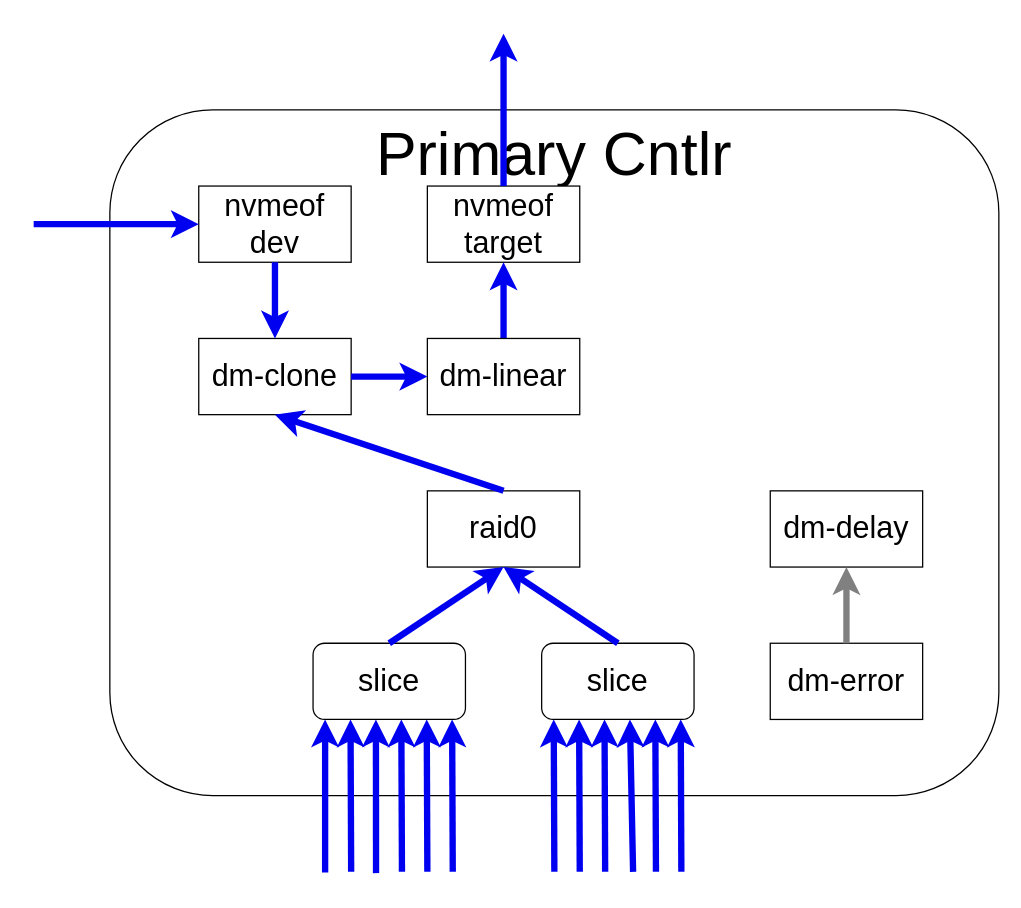
distributed-nvme/distributed-nvme keeps this draw.io diagram as imgs/090Clone.drawio. Above is the earlier version. Source tidied: cells renumbered, new cells numbered last; positions are measured from the earlier drawing's top-left corner, leaving out a move shared by most shapes. Both pictures are drawn from the tidied source at 127%, with x=0, y=0 at pixel (33, 33).
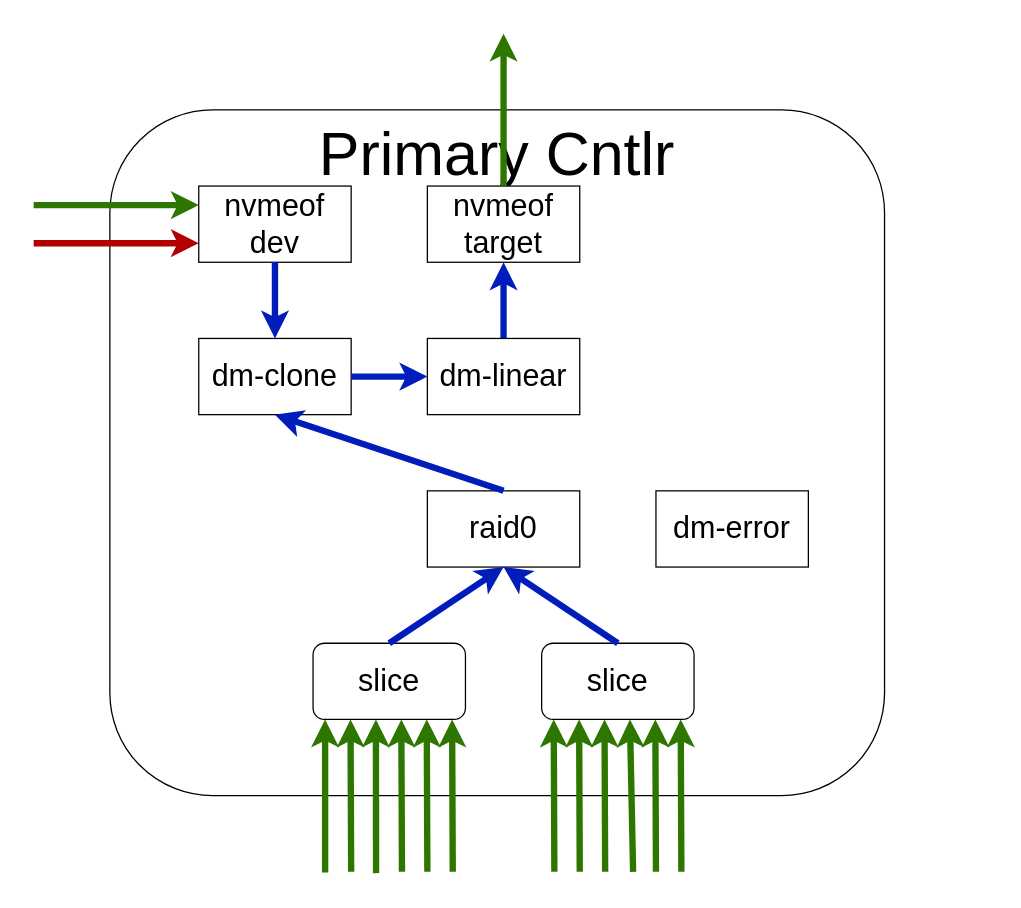
Above is the later version.

The change refers to these unchanged cells:
```xml
<mxCell id="3" value="&lt;div&gt;&lt;span style=&quot;font-size: 24px;&quot;&gt;slice&lt;/span&gt;&lt;/div&gt;" style="rounded=1;whiteSpace=wrap;html=1;" parent="1" vertex="1">
  <mxGeometry x="400" y="480" width="120" height="60" as="geometry" />
</mxCell>
<mxCell id="4" value="&lt;div&gt;&lt;span style=&quot;font-size: 24px;&quot;&gt;slice&lt;/span&gt;&lt;/div&gt;" style="rounded=1;whiteSpace=wrap;html=1;" parent="1" vertex="1">
  <mxGeometry x="220" y="480" width="120" height="60" as="geometry" />
</mxCell>
<mxCell id="5" value="&lt;span style=&quot;font-size: 24px;&quot;&gt;raid0&lt;/span&gt;" style="rounded=0;whiteSpace=wrap;html=1;" parent="1" vertex="1">
  <mxGeometry x="310" y="360" width="120" height="60" as="geometry" />
</mxCell>
<mxCell id="6" value="&lt;span style=&quot;font-size: 24px;&quot;&gt;nvmeof&lt;/span&gt;&lt;div&gt;&lt;span style=&quot;font-size: 24px;&quot;&gt;target&lt;/span&gt;&lt;/div&gt;" style="rounded=0;whiteSpace=wrap;html=1;" parent="1" vertex="1">
  <mxGeometry x="310" y="120" width="120" height="60" as="geometry" />
</mxCell>
<mxCell id="25" value="&lt;span style=&quot;font-size: 24px;&quot;&gt;dm-linear&lt;/span&gt;" style="rounded=0;whiteSpace=wrap;html=1;" parent="1" vertex="1">
  <mxGeometry x="310" y="240" width="120" height="60" as="geometry" />
</mxCell>
<mxCell id="27" value="&lt;span style=&quot;font-size: 24px;&quot;&gt;nvmeof&lt;/span&gt;&lt;div&gt;&lt;span style=&quot;font-size: 24px;&quot;&gt;dev&lt;/span&gt;&lt;/div&gt;" style="rounded=0;whiteSpace=wrap;html=1;" parent="1" vertex="1">
  <mxGeometry x="130" y="120" width="120" height="60" as="geometry" />
</mxCell>
<mxCell id="28" value="&lt;span style=&quot;font-size: 24px;&quot;&gt;dm-clone&lt;/span&gt;" style="rounded=0;whiteSpace=wrap;html=1;" parent="1" vertex="1">
  <mxGeometry x="130" y="240" width="120" height="60" as="geometry" />
</mxCell>
```

What changed in the source:
```diff
@@
     <mxCell id="2" value="&lt;span style=&quot;font-size: 48px;&quot;&gt;Primary Cntlr&lt;/span&gt;" style="rounded=1;whiteSpace=wrap;html=1;verticalAlign=top;" parent="1" vertex="1">
-      <mxGeometry x="60" y="60" width="700" height="540" as="geometry" />
+      <mxGeometry x="60" y="60" width="610" height="540" as="geometry" />
     </mxCell>
@@
-    <mxCell id="7" value="&lt;span style=&quot;font-size: 24px;&quot;&gt;dm-delay&lt;/span&gt;" style="rounded=0;whiteSpace=wrap;html=1;" parent="1" vertex="1">
-      <mxGeometry x="580" y="360" width="120" height="60" as="geometry" />
+    <mxCell id="7" value="&lt;span style=&quot;font-size: 24px;&quot;&gt;dm-error&lt;/span&gt;" style="rounded=0;whiteSpace=wrap;html=1;" parent="1" vertex="1">
+      <mxGeometry x="490" y="360" width="120" height="60" as="geometry" />
     </mxCell>
-    <mxCell id="8" value="&lt;span style=&quot;font-size: 24px;&quot;&gt;dm-error&lt;/span&gt;" style="rounded=0;whiteSpace=wrap;html=1;" parent="1" vertex="1">
-      <mxGeometry x="580" y="480" width="120" height="60" as="geometry" />
-    </mxCell>
-    <mxCell id="9" style="endArrow=classic;html=1;rounded=0;strokeWidth=5;strokeColor=#0000f0;exitX=0.5;exitY=0;exitDx=0;exitDy=0;entryX=0.5;entryY=1;entryDx=0;entryDy=0;" parent="1" edge="1" source="4" target="5">
+    <mxCell id="9" style="endArrow=classic;html=1;rounded=0;strokeWidth=5;strokeColor=#001DBC;exitX=0.5;exitY=0;exitDx=0;exitDy=0;entryX=0.5;entryY=1;entryDx=0;entryDy=0;fillColor=#0050ef;" parent="1" edge="1" source="4" target="5">
       <mxGeometry relative="1" as="geometry" />
     </mxCell>
-    <mxCell id="10" style="endArrow=classic;html=1;rounded=0;strokeWidth=5;strokeColor=#0000f0;exitX=0.5;exitY=0;exitDx=0;exitDy=0;entryX=0.5;entryY=1;entryDx=0;entryDy=0;" parent="1" edge="1" source="3" target="5">
+    <mxCell id="10" style="endArrow=classic;html=1;rounded=0;strokeWidth=5;strokeColor=#001DBC;exitX=0.5;exitY=0;exitDx=0;exitDy=0;entryX=0.5;entryY=1;entryDx=0;entryDy=0;fillColor=#0050ef;" parent="1" edge="1" source="3" target="5">
       <mxGeometry relative="1" as="geometry" />
     </mxCell>
-    <mxCell id="11" style="endArrow=classic;html=1;rounded=0;strokeWidth=5;strokeColor=#0000f0;exitX=0.5;exitY=0;exitDx=0;exitDy=0;entryX=0.5;entryY=1;entryDx=0;entryDy=0;" parent="1" edge="1" source="25" target="6">
+    <mxCell id="11" style="endArrow=classic;html=1;rounded=0;strokeWidth=5;strokeColor=#001DBC;exitX=0.5;exitY=0;exitDx=0;exitDy=0;entryX=0.5;entryY=1;entryDx=0;entryDy=0;fillColor=#0050ef;" parent="1" edge="1" source="25" target="6">
       <mxGeometry relative="1" as="geometry" />
     </mxCell>
-    <mxCell id="12" style="endArrow=classic;html=1;rounded=0;strokeWidth=5;strokeColor=#808080;exitX=0.5;exitY=0;exitDx=0;exitDy=0;entryX=0.5;entryY=1;entryDx=0;entryDy=0;" parent="1" edge="1" source="8" target="7">
-      <mxGeometry relative="1" as="geometry" />
-    </mxCell>
-    <mxCell id="13" style="endArrow=classic;html=1;rounded=0;strokeWidth=5;strokeColor=#0000f0;entryX=0.25;entryY=1;entryDx=0;entryDy=0;exitX=0.25;exitY=1;exitDx=0;exitDy=0;" parent="1" edge="1">
+    <mxCell id="13" style="endArrow=classic;html=1;rounded=0;strokeWidth=5;strokeColor=#2D7600;entryX=0.25;entryY=1;entryDx=0;entryDy=0;exitX=0.25;exitY=1;exitDx=0;exitDy=0;fillColor=#60a917;" parent="1" edge="1">
       <mxGeometry relative="1" as="geometry">
         <mxPoint x="250" y="660" as="sourcePoint" />
         <mxPoint x="249.5" y="540" as="targetPoint" />
       </mxGeometry>
     </mxCell>
-    <mxCell id="14" style="endArrow=classic;html=1;rounded=0;strokeWidth=5;strokeColor=#0000f0;entryX=0.25;entryY=1;entryDx=0;entryDy=0;exitX=0.413;exitY=1.017;exitDx=0;exitDy=0;exitPerimeter=0;" parent="1" edge="1">
+    <mxCell id="14" style="endArrow=classic;html=1;rounded=0;strokeWidth=5;strokeColor=#2D7600;entryX=0.25;entryY=1;entryDx=0;entryDy=0;exitX=0.413;exitY=1.017;exitDx=0;exitDy=0;exitPerimeter=0;fillColor=#60a917;" parent="1" edge="1">
       <mxGeometry relative="1" as="geometry">
         <mxPoint x="269.6" y="661" as="sourcePoint" />
         <mxPoint x="269.5" y="540" as="targetPoint" />
       </mxGeometry>
     </mxCell>
-    <mxCell id="15" style="endArrow=classic;html=1;rounded=0;strokeWidth=5;strokeColor=#0000f0;entryX=0.25;entryY=1;entryDx=0;entryDy=0;" parent="1" edge="1">
+    <mxCell id="15" style="endArrow=classic;html=1;rounded=0;strokeWidth=5;strokeColor=#2D7600;entryX=0.25;entryY=1;entryDx=0;entryDy=0;fillColor=#60a917;" parent="1" edge="1">
       <mxGeometry relative="1" as="geometry">
         <mxPoint x="290" y="660" as="sourcePoint" />
         <mxPoint x="289.5" y="540" as="targetPoint" />
       </mxGeometry>
     </mxCell>
-    <mxCell id="16" style="endArrow=classic;html=1;rounded=0;strokeWidth=5;strokeColor=#0000f0;entryX=0.25;entryY=1;entryDx=0;entryDy=0;exitX=0.75;exitY=1;exitDx=0;exitDy=0;" parent="1" edge="1">
+    <mxCell id="16" style="endArrow=classic;html=1;rounded=0;strokeWidth=5;strokeColor=#2D7600;entryX=0.25;entryY=1;entryDx=0;entryDy=0;exitX=0.75;exitY=1;exitDx=0;exitDy=0;fillColor=#60a917;" parent="1" edge="1">
       <mxGeometry relative="1" as="geometry">
         <mxPoint x="310" y="660" as="sourcePoint" />
         <mxPoint x="309.5" y="540" as="targetPoint" />
       </mxGeometry>
     </mxCell>
-    <mxCell id="17" style="endArrow=classic;html=1;rounded=0;strokeWidth=5;strokeColor=#0000f0;entryX=0.25;entryY=1;entryDx=0;entryDy=0;" parent="1" edge="1">
+    <mxCell id="17" style="endArrow=classic;html=1;rounded=0;strokeWidth=5;strokeColor=#2D7600;entryX=0.25;entryY=1;entryDx=0;entryDy=0;fillColor=#60a917;" parent="1" edge="1">
       <mxGeometry relative="1" as="geometry">
         <mxPoint x="330" y="660" as="sourcePoint" />
         <mxPoint x="329.5" y="540" as="targetPoint" />
       </mxGeometry>
     </mxCell>
-    <mxCell id="18" style="endArrow=classic;html=1;rounded=0;strokeWidth=5;strokeColor=#0000f0;entryX=0.25;entryY=1;entryDx=0;entryDy=0;exitX=0.079;exitY=1.008;exitDx=0;exitDy=0;exitPerimeter=0;" parent="1" edge="1">
+    <mxCell id="18" style="endArrow=classic;html=1;rounded=0;strokeWidth=5;strokeColor=#2D7600;entryX=0.25;entryY=1;entryDx=0;entryDy=0;exitX=0.079;exitY=1.008;exitDx=0;exitDy=0;exitPerimeter=0;fillColor=#60a917;" parent="1" edge="1">
       <mxGeometry relative="1" as="geometry">
         <mxPoint x="229.5" y="660.5" as="sourcePoint" />
         <mxPoint x="229.5" y="540" as="targetPoint" />
       </mxGeometry>
     </mxCell>
-    <mxCell id="19" style="endArrow=classic;html=1;rounded=0;strokeWidth=5;strokeColor=#0000f0;entryX=0.25;entryY=1;entryDx=0;entryDy=0;exitX=0.25;exitY=1;exitDx=0;exitDy=0;" parent="1" edge="1">
+    <mxCell id="19" style="endArrow=classic;html=1;rounded=0;strokeWidth=5;strokeColor=#2D7600;entryX=0.25;entryY=1;entryDx=0;entryDy=0;exitX=0.25;exitY=1;exitDx=0;exitDy=0;fillColor=#60a917;" parent="1" edge="1">
       <mxGeometry relative="1" as="geometry">
         <mxPoint x="430" y="660" as="sourcePoint" />
         <mxPoint x="429.5" y="540" as="targetPoint" />
       </mxGeometry>
     </mxCell>
-    <mxCell id="20" style="endArrow=classic;html=1;rounded=0;strokeWidth=5;strokeColor=#0000f0;entryX=0.25;entryY=1;entryDx=0;entryDy=0;" parent="1" edge="1">
+    <mxCell id="20" style="endArrow=classic;html=1;rounded=0;strokeWidth=5;strokeColor=#2D7600;entryX=0.25;entryY=1;entryDx=0;entryDy=0;fillColor=#60a917;" parent="1" edge="1">
       <mxGeometry relative="1" as="geometry">
         <mxPoint x="450" y="660" as="sourcePoint" />
         <mxPoint x="449.5" y="540" as="targetPoint" />
       </mxGeometry>
     </mxCell>
-    <mxCell id="21" style="endArrow=classic;html=1;rounded=0;strokeWidth=5;strokeColor=#0000f0;entryX=0.25;entryY=1;entryDx=0;entryDy=0;" parent="1" edge="1">
+    <mxCell id="21" style="endArrow=classic;html=1;rounded=0;strokeWidth=5;strokeColor=#2D7600;entryX=0.25;entryY=1;entryDx=0;entryDy=0;fillColor=#60a917;" parent="1" edge="1">
       <mxGeometry relative="1" as="geometry">
         <mxPoint x="472" y="660" as="sourcePoint" />
         <mxPoint x="469.5" y="540" as="targetPoint" />
       </mxGeometry>
     </mxCell>
-    <mxCell id="22" style="endArrow=classic;html=1;rounded=0;strokeWidth=5;strokeColor=#0000f0;entryX=0.25;entryY=1;entryDx=0;entryDy=0;exitX=0.75;exitY=1;exitDx=0;exitDy=0;" parent="1" edge="1">
+    <mxCell id="22" style="endArrow=classic;html=1;rounded=0;strokeWidth=5;strokeColor=#2D7600;entryX=0.25;entryY=1;entryDx=0;entryDy=0;exitX=0.75;exitY=1;exitDx=0;exitDy=0;fillColor=#60a917;" parent="1" edge="1">
       <mxGeometry relative="1" as="geometry">
         <mxPoint x="490" y="660" as="sourcePoint" />
         <mxPoint x="489.5" y="540" as="targetPoint" />
       </mxGeometry>
     </mxCell>
-    <mxCell id="23" style="endArrow=classic;html=1;rounded=0;strokeWidth=5;strokeColor=#0000f0;entryX=0.25;entryY=1;entryDx=0;entryDy=0;" parent="1" edge="1">
+    <mxCell id="23" style="endArrow=classic;html=1;rounded=0;strokeWidth=5;strokeColor=#2D7600;entryX=0.25;entryY=1;entryDx=0;entryDy=0;fillColor=#60a917;" parent="1" edge="1">
       <mxGeometry relative="1" as="geometry">
         <mxPoint x="510" y="660" as="sourcePoint" />
         <mxPoint x="509.5" y="540" as="targetPoint" />
       </mxGeometry>
     </mxCell>
-    <mxCell id="24" style="endArrow=classic;html=1;rounded=0;strokeWidth=5;strokeColor=#0000f0;entryX=0.25;entryY=1;entryDx=0;entryDy=0;" parent="1" edge="1">
+    <mxCell id="24" style="endArrow=classic;html=1;rounded=0;strokeWidth=5;strokeColor=#2D7600;entryX=0.25;entryY=1;entryDx=0;entryDy=0;fillColor=#60a917;" parent="1" edge="1">
       <mxGeometry relative="1" as="geometry">
         <mxPoint x="410" y="660" as="sourcePoint" />
         <mxPoint x="409.5" y="540" as="targetPoint" />
       </mxGeometry>
     </mxCell>
@@
-    <mxCell id="26" style="endArrow=classic;html=1;rounded=0;strokeWidth=5;strokeColor=#0000f0;exitX=0.5;exitY=0;exitDx=0;exitDy=0;entryX=0.5;entryY=0;entryDx=0;entryDy=0;" parent="1" edge="1" source="6">
+    <mxCell id="26" style="endArrow=classic;html=1;rounded=0;strokeWidth=5;strokeColor=#2D7600;exitX=0.5;exitY=0;exitDx=0;exitDy=0;entryX=0.5;entryY=0;entryDx=0;entryDy=0;fillColor=#60a917;" parent="1" edge="1" source="6">
       <mxGeometry relative="1" as="geometry">
         <mxPoint x="370" as="targetPoint" />
       </mxGeometry>
     </mxCell>
@@
-    <mxCell id="29" style="endArrow=classic;html=1;rounded=0;strokeWidth=5;strokeColor=#0000f0;entryX=0;entryY=0.5;entryDx=0;entryDy=0;exitX=0;exitY=0.5;exitDx=0;exitDy=0;" parent="1" edge="1" target="27">
+    <mxCell id="29" style="endArrow=classic;html=1;rounded=0;strokeWidth=5;strokeColor=#2D7600;entryX=0;entryY=0.25;entryDx=0;entryDy=0;fillColor=#60a917;exitX=0;exitY=0.25;exitDx=0;exitDy=0;" parent="1" edge="1" target="27">
       <mxGeometry relative="1" as="geometry">
-        <mxPoint y="150" as="sourcePoint" />
+        <mxPoint y="135" as="sourcePoint" />
       </mxGeometry>
     </mxCell>
-    <mxCell id="30" style="endArrow=classic;html=1;rounded=0;strokeWidth=5;strokeColor=#0000f0;exitX=0.5;exitY=1;exitDx=0;exitDy=0;" parent="1" edge="1" source="27" target="28">
+    <mxCell id="30" style="endArrow=classic;html=1;rounded=0;strokeWidth=5;strokeColor=#001DBC;exitX=0.5;exitY=1;exitDx=0;exitDy=0;fillColor=#0050ef;" parent="1" edge="1" source="27" target="28">
       <mxGeometry relative="1" as="geometry" />
     </mxCell>
-    <mxCell id="31" style="endArrow=classic;html=1;rounded=0;strokeWidth=5;strokeColor=#0000f0;exitX=0.5;exitY=0;exitDx=0;exitDy=0;entryX=0.5;entryY=1;entryDx=0;entryDy=0;" parent="1" edge="1" source="5" target="28">
+    <mxCell id="31" style="endArrow=classic;html=1;rounded=0;strokeWidth=5;strokeColor=#001DBC;exitX=0.5;exitY=0;exitDx=0;exitDy=0;entryX=0.5;entryY=1;entryDx=0;entryDy=0;fillColor=#0050ef;" parent="1" edge="1" source="5" target="28">
       <mxGeometry relative="1" as="geometry" />
     </mxCell>
-    <mxCell id="32" style="endArrow=classic;html=1;rounded=0;strokeWidth=5;strokeColor=#0000f0;exitX=1;exitY=0.5;exitDx=0;exitDy=0;entryX=0;entryY=0.5;entryDx=0;entryDy=0;" parent="1" edge="1" source="28" target="25">
+    <mxCell id="32" style="endArrow=classic;html=1;rounded=0;strokeWidth=5;strokeColor=#001DBC;exitX=1;exitY=0.5;exitDx=0;exitDy=0;entryX=0;entryY=0.5;entryDx=0;entryDy=0;fillColor=#0050ef;" parent="1" edge="1" source="28" target="25">
       <mxGeometry relative="1" as="geometry" />
     </mxCell>
+    <mxCell id="33" style="endArrow=classic;html=1;rounded=0;strokeWidth=5;strokeColor=#B20000;entryX=0;entryY=0.75;entryDx=0;entryDy=0;fillColor=#e51400;exitX=0;exitY=0.75;exitDx=0;exitDy=0;" parent="1" edge="1" target="27">
+      <mxGeometry relative="1" as="geometry">
+        <mxPoint y="165" as="sourcePoint" />
+      </mxGeometry>
+    </mxCell>
```
